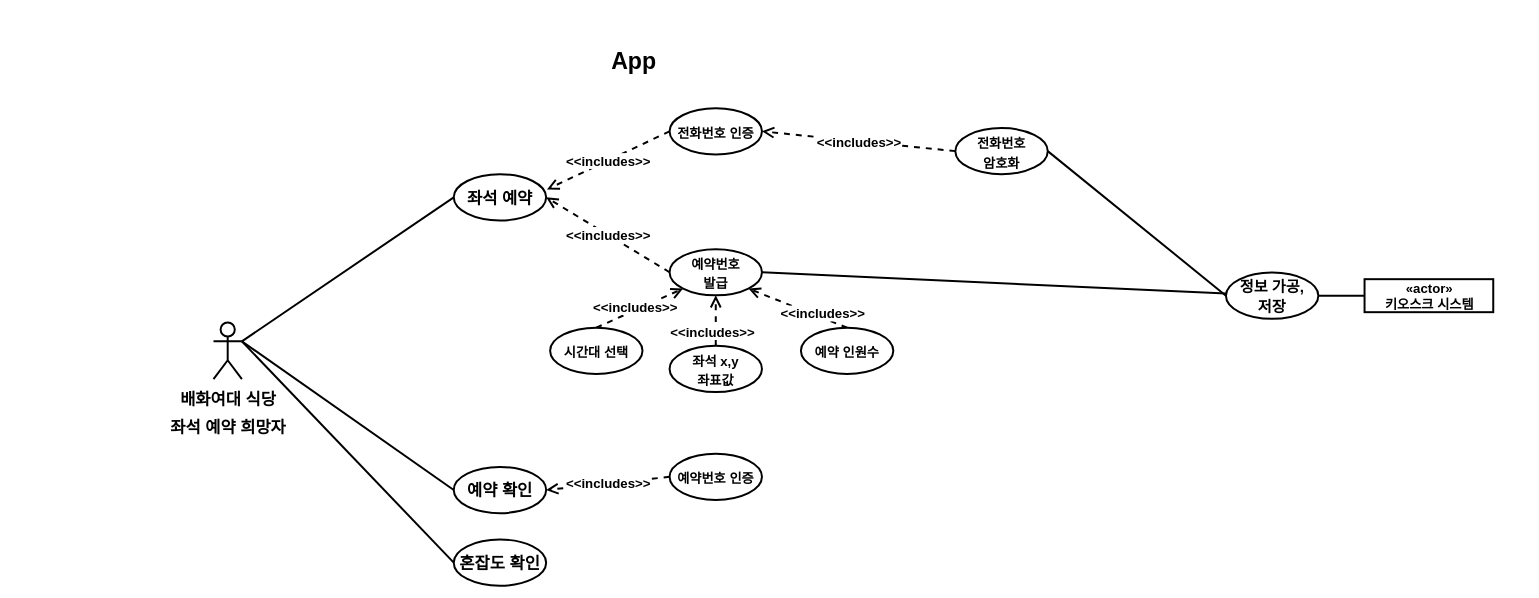
StrongCatWill/SWProject keeps this draw.io diagram as jcw_usecase20220505.drawio. Above is the earlier version. Source tidied: cells renumbered, new cells numbered last; positions are measured from the earlier drawing's top-left corner, leaving out a move shared by most shapes. Both pictures are drawn from the tidied source at 66%, with x=0, y=0 at pixel (213, 51).
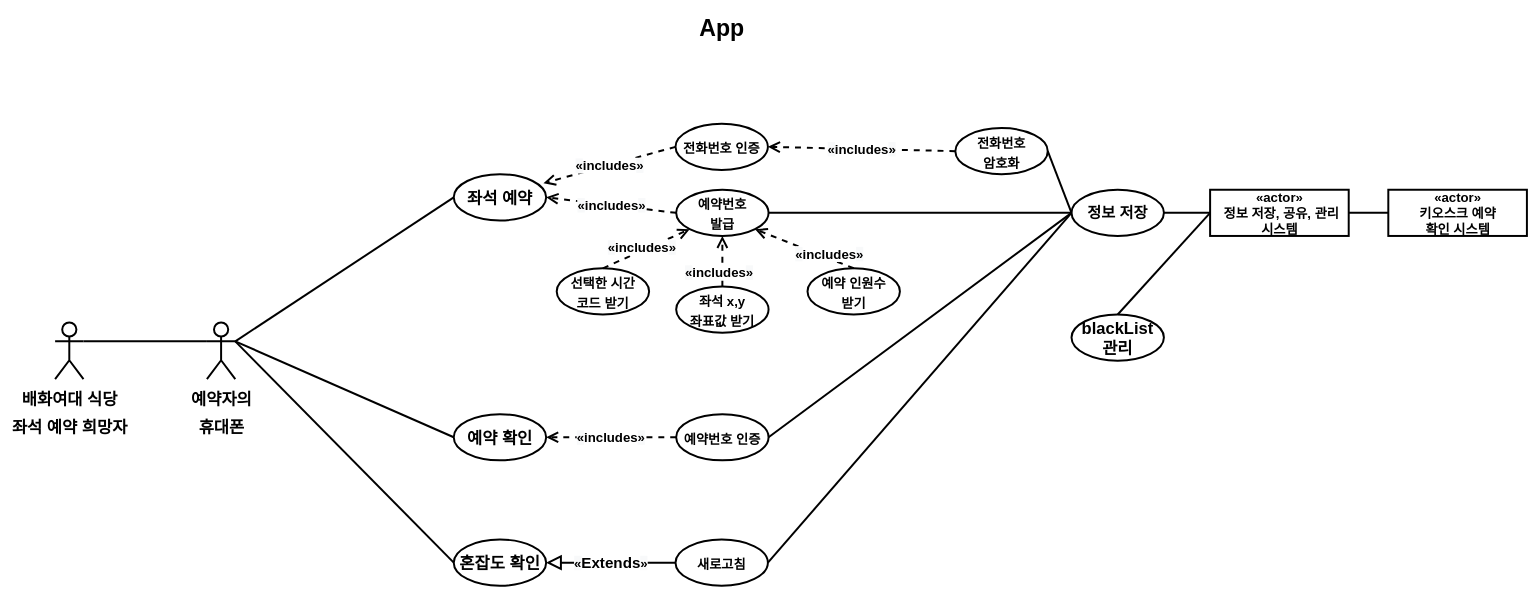
The same page after the edit.

The change refers to these unchanged cells:
```xml
<mxCell id="5" value="&lt;b&gt;좌석 예약&lt;/b&gt;" style="ellipse;whiteSpace=wrap;html=1;fontSize=25;strokeWidth=3;" parent="1" vertex="1">
  <mxGeometry x="364" y="186.5" width="140" height="70" as="geometry" />
</mxCell>
<mxCell id="7" value="&lt;b&gt;혼잡도 확인&lt;/b&gt;" style="ellipse;whiteSpace=wrap;html=1;fontSize=25;strokeWidth=3;" parent="1" vertex="1">
  <mxGeometry x="364" y="740" width="140" height="70" as="geometry" />
</mxCell>
<mxCell id="15" value="&lt;span style=&quot;font-size: 20px&quot;&gt;&lt;b&gt;전화번호&lt;br&gt;암호화&lt;br&gt;&lt;/b&gt;&lt;/span&gt;" style="ellipse;whiteSpace=wrap;html=1;fontSize=25;strokeWidth=3;" parent="1" vertex="1">
  <mxGeometry x="1124" y="116.5" width="140" height="70" as="geometry" />
</mxCell>
```

Change to the diagram source:
```diff
@@
     <mxCell id="2" value="&lt;b&gt;&lt;font style=&quot;font-size: 35px&quot;&gt;App&lt;/font&gt;&lt;/b&gt;" style="text;html=1;align=center;verticalAlign=middle;whiteSpace=wrap;rounded=0;strokeWidth=3;fillColor=default;" parent="1" vertex="1">
-      <mxGeometry x="607" width="60" height="30" as="geometry" />
+      <mxGeometry x="733.5" y="-60" width="73" height="50" as="geometry" />
     </mxCell>
     <mxCell id="3" value="&lt;font style=&quot;font-size: 25px&quot;&gt;&lt;b&gt;배화여대 식당&lt;br&gt;&lt;/b&gt;&lt;b&gt;좌석 예약 희망자&lt;/b&gt;&lt;/font&gt;" style="shape=umlActor;verticalLabelPosition=bottom;verticalAlign=top;html=1;outlineConnect=0;fontSize=35;strokeWidth=3;" parent="1" vertex="1">
-      <mxGeometry y="411" width="43" height="86" as="geometry" />
+      <mxGeometry x="-240" y="411" width="43" height="86" as="geometry" />
     </mxCell>
-    <mxCell id="4" value="&lt;b&gt;«actor»&lt;br&gt;키오스크 시스템&lt;/b&gt;" style="html=1;fontSize=20;strokeWidth=3;" parent="1" vertex="1">
-      <mxGeometry x="1744" y="345.5" width="195" height="50" as="geometry" />
+    <mxCell id="4" value="&lt;b&gt;«actor»&lt;br&gt;&amp;nbsp;정보 저장, 공유, 관리&lt;br&gt;시스템&lt;br&gt;&lt;/b&gt;" style="html=1;fontSize=20;strokeWidth=3;" parent="1" vertex="1">
+      <mxGeometry x="1510" y="210" width="210" height="70" as="geometry" />
     </mxCell>
@@
     <mxCell id="6" value="&lt;b&gt;예약 확인&lt;/b&gt;" style="ellipse;whiteSpace=wrap;html=1;fontSize=25;strokeWidth=3;" parent="1" vertex="1">
-      <mxGeometry x="364" y="630" width="140" height="70" as="geometry" />
+      <mxGeometry x="364" y="550" width="140" height="70" as="geometry" />
     </mxCell>
@@
-    <mxCell id="8" style="endArrow=none;html=1;rounded=0;fontSize=25;strokeWidth=3;entryX=0;entryY=0.5;entryDx=0;entryDy=0;exitX=1;exitY=0.3333333333333333;exitDx=0;exitDy=0;exitPerimeter=0;" parent="1" edge="1" source="3" target="5">
+    <mxCell id="8" style="endArrow=none;html=1;rounded=0;fontSize=25;strokeWidth=3;entryX=0;entryY=0.5;entryDx=0;entryDy=0;exitX=1;exitY=0.3333333333333333;exitDx=0;exitDy=0;exitPerimeter=0;" parent="1" edge="1" source="31" target="5">
       <mxGeometry relative="1" as="geometry" />
     </mxCell>
-    <mxCell id="9" style="endArrow=none;html=1;rounded=0;fontSize=25;strokeWidth=3;exitX=1;exitY=0.3333333333333333;exitDx=0;exitDy=0;exitPerimeter=0;entryX=0;entryY=0.5;entryDx=0;entryDy=0;" parent="1" edge="1" source="3" target="7">
+    <mxCell id="9" style="endArrow=none;html=1;rounded=0;fontSize=25;strokeWidth=3;entryX=0;entryY=0.5;entryDx=0;entryDy=0;exitX=1;exitY=0.3333333333333333;exitDx=0;exitDy=0;exitPerimeter=0;" parent="1" edge="1" source="31" target="7">
       <mxGeometry relative="1" as="geometry" />
     </mxCell>
-    <mxCell id="10" style="endArrow=none;html=1;rounded=0;fontSize=25;strokeWidth=3;exitX=1;exitY=0.3333333333333333;exitDx=0;exitDy=0;exitPerimeter=0;entryX=0;entryY=0.5;entryDx=0;entryDy=0;" parent="1" edge="1" source="3" target="6">
+    <mxCell id="10" style="endArrow=none;html=1;rounded=0;fontSize=25;strokeWidth=3;entryX=0;entryY=0.5;entryDx=0;entryDy=0;exitX=1;exitY=0.3333333333333333;exitDx=0;exitDy=0;exitPerimeter=0;" parent="1" edge="1" source="31" target="6">
       <mxGeometry relative="1" as="geometry" />
     </mxCell>
     <mxCell id="11" value="&lt;span style=&quot;font-size: 20px&quot;&gt;&lt;b&gt;전화번호 인증&lt;/b&gt;&lt;/span&gt;" style="ellipse;whiteSpace=wrap;html=1;fontSize=25;strokeWidth=3;" parent="1" vertex="1">
-      <mxGeometry x="691" y="86.5" width="140" height="70" as="geometry" />
+      <mxGeometry x="700" y="110" width="140" height="70" as="geometry" />
     </mxCell>
-    <mxCell id="12" value="&lt;b&gt;&amp;lt;&amp;lt;includes&amp;gt;&amp;gt;&lt;/b&gt;" style="endArrow=open;endSize=12;dashed=1;html=1;rounded=0;fontSize=20;strokeWidth=3;exitX=0;exitY=0.5;exitDx=0;exitDy=0;entryX=1.009;entryY=0.329;entryDx=0;entryDy=0;entryPerimeter=0;" parent="1" edge="1" source="11" target="5">
+    <mxCell id="12" value="&lt;b&gt;&lt;span style=&quot;background-color: rgb(248 , 249 , 250)&quot;&gt;«&lt;/span&gt;includes&lt;span style=&quot;background-color: rgb(248 , 249 , 250)&quot;&gt;»&lt;/span&gt;&lt;/b&gt;" style="endArrow=open;endSize=12;dashed=1;html=1;rounded=0;fontSize=20;strokeWidth=3;exitX=0;exitY=0.5;exitDx=0;exitDy=0;entryX=0.971;entryY=0.193;entryDx=0;entryDy=0;entryPerimeter=0;" parent="1" edge="1" source="11" target="5">
       <mxGeometry relative="1" as="geometry" />
     </mxCell>
     <mxCell id="13" value="&lt;span style=&quot;font-size: 20px&quot;&gt;&lt;b&gt;예약번호&lt;br&gt;발급&lt;br&gt;&lt;/b&gt;&lt;/span&gt;" style="ellipse;whiteSpace=wrap;html=1;fontSize=25;strokeWidth=3;" parent="1" vertex="1">
-      <mxGeometry x="691" y="300" width="140" height="70" as="geometry" />
+      <mxGeometry x="701" y="210" width="140" height="70" as="geometry" />
     </mxCell>
-    <mxCell id="14" value="&lt;b&gt;&amp;lt;&amp;lt;includes&amp;gt;&amp;gt;&lt;/b&gt;" style="endArrow=open;endSize=12;dashed=1;html=1;rounded=0;fontSize=20;strokeWidth=3;exitX=0;exitY=0.5;exitDx=0;exitDy=0;entryX=1;entryY=0.5;entryDx=0;entryDy=0;" parent="1" edge="1" source="13" target="5">
+    <mxCell id="14" value="&lt;b style=&quot;background-color: rgb(248 , 249 , 250)&quot;&gt;«&lt;/b&gt;&lt;b&gt;includes&lt;/b&gt;&lt;b style=&quot;background-color: rgb(248 , 249 , 250)&quot;&gt;»&lt;/b&gt;" style="endArrow=open;endSize=12;dashed=1;html=1;rounded=0;fontSize=20;strokeWidth=3;exitX=0;exitY=0.5;exitDx=0;exitDy=0;entryX=1;entryY=0.5;entryDx=0;entryDy=0;" parent="1" edge="1" source="13" target="5">
       <mxGeometry relative="1" as="geometry" />
     </mxCell>
@@
-    <mxCell id="16" value="&lt;b&gt;&amp;lt;&amp;lt;includes&amp;gt;&amp;gt;&lt;/b&gt;" style="endArrow=open;endSize=12;dashed=1;html=1;rounded=0;fontSize=20;strokeWidth=3;exitX=0;exitY=0.5;exitDx=0;exitDy=0;entryX=1;entryY=0.5;entryDx=0;entryDy=0;" parent="1" edge="1" source="15" target="11">
+    <mxCell id="16" value="&lt;b&gt;&lt;span style=&quot;background-color: rgb(248 , 249 , 250)&quot;&gt;«&lt;/span&gt;includes&lt;span style=&quot;background-color: rgb(248 , 249 , 250)&quot;&gt;»&lt;/span&gt;&lt;/b&gt;" style="endArrow=open;endSize=12;dashed=1;html=1;rounded=0;fontSize=20;strokeWidth=3;exitX=0;exitY=0.5;exitDx=0;exitDy=0;entryX=1;entryY=0.5;entryDx=0;entryDy=0;" parent="1" edge="1" source="15" target="11">
       <mxGeometry relative="1" as="geometry" />
     </mxCell>
-    <mxCell id="17" value="&lt;span style=&quot;font-size: 20px&quot;&gt;&lt;b&gt;시간대 선택&lt;br&gt;&lt;/b&gt;&lt;/span&gt;" style="ellipse;whiteSpace=wrap;html=1;fontSize=25;strokeWidth=3;" parent="1" vertex="1">
-      <mxGeometry x="510" y="419" width="140" height="70" as="geometry" />
+    <mxCell id="17" value="&lt;span style=&quot;font-size: 20px&quot;&gt;&lt;b&gt;선택한 시간&lt;br&gt;코드 받기&lt;br&gt;&lt;/b&gt;&lt;/span&gt;" style="ellipse;whiteSpace=wrap;html=1;fontSize=25;strokeWidth=3;" parent="1" vertex="1">
+      <mxGeometry x="520" y="329" width="140" height="70" as="geometry" />
     </mxCell>
-    <mxCell id="18" value="&lt;b&gt;&amp;lt;&amp;lt;includes&amp;gt;&amp;gt;&lt;/b&gt;" style="endArrow=open;endSize=12;dashed=1;html=1;rounded=0;fontSize=20;strokeWidth=3;exitX=0.5;exitY=0;exitDx=0;exitDy=0;entryX=0;entryY=1;entryDx=0;entryDy=0;" parent="1" edge="1" source="17" target="13">
+    <mxCell id="18" value="&lt;b style=&quot;background-color: rgb(248 , 249 , 250)&quot;&gt;«&lt;/b&gt;&lt;b&gt;includes&lt;/b&gt;&lt;b style=&quot;background-color: rgb(248 , 249 , 250)&quot;&gt;»&lt;/b&gt;" style="endArrow=open;endSize=12;dashed=1;html=1;rounded=0;fontSize=20;strokeWidth=3;exitX=0.5;exitY=0;exitDx=0;exitDy=0;entryX=0;entryY=1;entryDx=0;entryDy=0;" parent="1" edge="1" source="17" target="13">
       <mxGeometry x="-0.07" y="5" relative="1" as="geometry" />
     </mxCell>
-    <mxCell id="19" value="&lt;b style=&quot;font-size: 20px&quot;&gt;좌석 x,y&lt;br&gt;좌표값&lt;/b&gt;&lt;span style=&quot;font-size: 20px&quot;&gt;&lt;b&gt;&lt;br&gt;&lt;/b&gt;&lt;/span&gt;" style="ellipse;whiteSpace=wrap;html=1;fontSize=25;strokeWidth=3;" parent="1" vertex="1">
-      <mxGeometry x="691" y="446.5" width="140" height="70" as="geometry" />
+    <mxCell id="19" value="&lt;b style=&quot;font-size: 20px&quot;&gt;좌석 x,y&lt;br&gt;좌표값 받기&lt;/b&gt;&lt;span style=&quot;font-size: 20px&quot;&gt;&lt;b&gt;&lt;br&gt;&lt;/b&gt;&lt;/span&gt;" style="ellipse;whiteSpace=wrap;html=1;fontSize=25;strokeWidth=3;" parent="1" vertex="1">
+      <mxGeometry x="701" y="356.5" width="140" height="70" as="geometry" />
     </mxCell>
-    <mxCell id="20" value="&lt;b&gt;&amp;lt;&amp;lt;includes&amp;gt;&amp;gt;&lt;/b&gt;" style="endArrow=open;endSize=12;dashed=1;html=1;rounded=0;fontSize=20;strokeWidth=3;exitX=0.5;exitY=0;exitDx=0;exitDy=0;entryX=0.5;entryY=1;entryDx=0;entryDy=0;" parent="1" edge="1" source="19" target="13">
+    <mxCell id="20" value="&lt;b style=&quot;background-color: rgb(248 , 249 , 250)&quot;&gt;«&lt;/b&gt;&lt;b&gt;includes&lt;/b&gt;&lt;b style=&quot;background-color: rgb(248 , 249 , 250)&quot;&gt;»&lt;/b&gt;" style="endArrow=open;endSize=12;dashed=1;html=1;rounded=0;fontSize=20;strokeWidth=3;exitX=0.5;exitY=0;exitDx=0;exitDy=0;entryX=0.5;entryY=1;entryDx=0;entryDy=0;" parent="1" edge="1" source="19" target="13">
       <mxGeometry x="-0.42" y="6" relative="1" as="geometry">
         <mxPoint x="1" as="offset" />
       </mxGeometry>
     </mxCell>
-    <mxCell id="21" value="&lt;span style=&quot;font-size: 20px&quot;&gt;&lt;b&gt;예약 인원수&lt;br&gt;&lt;/b&gt;&lt;/span&gt;" style="ellipse;whiteSpace=wrap;html=1;fontSize=25;strokeWidth=3;" parent="1" vertex="1">
-      <mxGeometry x="890" y="419" width="140" height="70" as="geometry" />
+    <mxCell id="21" value="&lt;span style=&quot;font-size: 20px&quot;&gt;&lt;b&gt;예약 인원수&lt;br&gt;받기&lt;br&gt;&lt;/b&gt;&lt;/span&gt;" style="ellipse;whiteSpace=wrap;html=1;fontSize=25;strokeWidth=3;" parent="1" vertex="1">
+      <mxGeometry x="900" y="329" width="140" height="70" as="geometry" />
     </mxCell>
-    <mxCell id="22" value="&lt;b&gt;&amp;lt;&amp;lt;includes&amp;gt;&amp;gt;&lt;/b&gt;" style="endArrow=open;endSize=12;dashed=1;html=1;rounded=0;fontSize=20;strokeWidth=3;exitX=0.5;exitY=0;exitDx=0;exitDy=0;entryX=1;entryY=1;entryDx=0;entryDy=0;" parent="1" edge="1" source="21" target="13">
+    <mxCell id="22" value="&lt;b style=&quot;background-color: rgb(248 , 249 , 250)&quot;&gt;«&lt;/b&gt;&lt;b&gt;includes&lt;/b&gt;&lt;b style=&quot;background-color: rgb(248 , 249 , 250)&quot;&gt;»&lt;/b&gt;" style="endArrow=open;endSize=12;dashed=1;html=1;rounded=0;fontSize=20;strokeWidth=3;exitX=0.5;exitY=0;exitDx=0;exitDy=0;entryX=1;entryY=1;entryDx=0;entryDy=0;" parent="1" edge="1" source="21" target="13">
       <mxGeometry x="-0.47" y="-7" relative="1" as="geometry" />
     </mxCell>
     <mxCell id="23" value="&lt;span style=&quot;font-size: 20px&quot;&gt;&lt;b&gt;예약번호 인증&lt;/b&gt;&lt;/span&gt;" style="ellipse;whiteSpace=wrap;html=1;fontSize=25;strokeWidth=3;" parent="1" vertex="1">
-      <mxGeometry x="691" y="610" width="140" height="70" as="geometry" />
+      <mxGeometry x="701" y="550" width="140" height="70" as="geometry" />
     </mxCell>
-    <mxCell id="24" value="&lt;b&gt;&amp;lt;&amp;lt;includes&amp;gt;&amp;gt;&lt;/b&gt;" style="endArrow=open;endSize=12;dashed=1;html=1;rounded=0;fontSize=20;strokeWidth=3;exitX=0;exitY=0.5;exitDx=0;exitDy=0;entryX=1;entryY=0.5;entryDx=0;entryDy=0;" parent="1" edge="1" source="23" target="6">
+    <mxCell id="24" value="&lt;b&gt;&lt;span style=&quot;background-color: rgb(248 , 249 , 250)&quot;&gt;«&lt;/span&gt;includes&lt;span style=&quot;background-color: rgb(248 , 249 , 250)&quot;&gt;»&lt;/span&gt;&lt;/b&gt;" style="endArrow=open;endSize=12;dashed=1;html=1;rounded=0;fontSize=20;strokeWidth=3;exitX=0;exitY=0.5;exitDx=0;exitDy=0;entryX=1;entryY=0.5;entryDx=0;entryDy=0;" parent="1" edge="1" source="23" target="6">
       <mxGeometry relative="1" as="geometry" />
     </mxCell>
-    <mxCell id="25" value="&lt;span&gt;&lt;b style=&quot;font-size: 23px&quot;&gt;&lt;font style=&quot;font-size: 23px&quot;&gt;정보 가공,&lt;br&gt;저장&lt;/font&gt;&lt;br&gt;&lt;/b&gt;&lt;/span&gt;" style="ellipse;whiteSpace=wrap;html=1;fontSize=25;strokeWidth=3;" parent="1" vertex="1">
-      <mxGeometry x="1534" y="335.5" width="140" height="70" as="geometry" />
+    <mxCell id="25" value="&lt;span&gt;&lt;b style=&quot;font-size: 23px&quot;&gt;정보 저장&lt;br&gt;&lt;/b&gt;&lt;/span&gt;" style="ellipse;whiteSpace=wrap;html=1;fontSize=25;strokeWidth=3;" parent="1" vertex="1">
+      <mxGeometry x="1300" y="210" width="140" height="70" as="geometry" />
     </mxCell>
@@
-    <mxCell id="27" style="endArrow=none;html=1;rounded=0;fontSize=25;strokeWidth=3;exitX=1;exitY=0.5;exitDx=0;exitDy=0;" parent="1" edge="1" source="13" target="25">
+    <mxCell id="27" style="endArrow=none;html=1;rounded=0;fontSize=25;strokeWidth=3;exitX=1;exitY=0.5;exitDx=0;exitDy=0;entryX=0;entryY=0.5;entryDx=0;entryDy=0;" parent="1" edge="1" source="13" target="25">
       <mxGeometry relative="1" as="geometry" />
     </mxCell>
@@
+    <mxCell id="29" style="endArrow=none;html=1;rounded=0;fontSize=25;strokeWidth=3;exitX=1;exitY=0.5;exitDx=0;exitDy=0;entryX=0;entryY=0.5;entryDx=0;entryDy=0;" parent="1" edge="1" source="23" target="25">
+      <mxGeometry relative="1" as="geometry" />
+    </mxCell>
+    <mxCell id="30" value="&lt;b&gt;«actor»&lt;br&gt;키오스크 예약&lt;br&gt;확인 시스템&lt;/b&gt;" style="html=1;fontSize=20;strokeWidth=3;" parent="1" vertex="1">
+      <mxGeometry x="1780" y="210" width="210" height="70" as="geometry" />
+    </mxCell>
+    <mxCell id="31" value="&lt;span style=&quot;font-size: 25px&quot;&gt;&lt;b&gt;예약자의&lt;br&gt;휴대폰&lt;/b&gt;&lt;/span&gt;" style="shape=umlActor;verticalLabelPosition=bottom;verticalAlign=top;html=1;outlineConnect=0;fontSize=35;strokeWidth=3;" parent="1" vertex="1">
+      <mxGeometry x="-10" y="411" width="43" height="86" as="geometry" />
+    </mxCell>
+    <mxCell id="32" style="endArrow=none;html=1;rounded=0;fontSize=25;strokeWidth=3;exitX=1;exitY=0.3333333333333333;exitDx=0;exitDy=0;entryX=0;entryY=0.3333333333333333;entryDx=0;entryDy=0;exitPerimeter=0;entryPerimeter=0;" parent="1" edge="1" source="3" target="31">
+      <mxGeometry relative="1" as="geometry" />
+    </mxCell>
+    <mxCell id="33" style="endArrow=none;html=1;rounded=0;fontSize=25;strokeWidth=3;exitX=0;exitY=0.5;exitDx=0;exitDy=0;entryX=1;entryY=0.5;entryDx=0;entryDy=0;" parent="1" edge="1" source="30" target="4">
+      <mxGeometry relative="1" as="geometry" />
+    </mxCell>
+    <mxCell id="34" value="&lt;span style=&quot;font-size: 20px&quot;&gt;&lt;b&gt;새로고침&lt;/b&gt;&lt;/span&gt;" style="ellipse;whiteSpace=wrap;html=1;fontSize=25;strokeWidth=3;" parent="1" vertex="1">
+      <mxGeometry x="700" y="740" width="140" height="70" as="geometry" />
+    </mxCell>
+    <mxCell id="35" value="&lt;b&gt;&lt;span style=&quot;font-size: 20px ; background-color: rgb(248 , 249 , 250)&quot;&gt;«&lt;/span&gt;Extends&lt;span style=&quot;font-size: 20px ; background-color: rgb(248 , 249 , 250)&quot;&gt;»&lt;/span&gt;&lt;/b&gt;" style="endArrow=block;endSize=16;endFill=0;html=1;rounded=0;fontSize=23;strokeWidth=3;exitX=0;exitY=0.5;exitDx=0;exitDy=0;entryX=1;entryY=0.5;entryDx=0;entryDy=0;" parent="1" edge="1" source="34" target="7">
+      <mxGeometry relative="1" as="geometry" />
+    </mxCell>
+    <mxCell id="36" style="endArrow=none;html=1;rounded=0;fontSize=25;strokeWidth=3;exitX=1;exitY=0.5;exitDx=0;exitDy=0;entryX=0;entryY=0.5;entryDx=0;entryDy=0;" parent="1" edge="1" source="34" target="25">
+      <mxGeometry relative="1" as="geometry" />
+    </mxCell>
+    <mxCell id="37" value="&lt;b&gt;blackList&lt;br&gt;관리&lt;/b&gt;" style="ellipse;whiteSpace=wrap;html=1;fontSize=25;strokeWidth=3;" parent="1" vertex="1">
+      <mxGeometry x="1300" y="399" width="140" height="70" as="geometry" />
+    </mxCell>
+    <mxCell id="38" style="endArrow=none;html=1;rounded=0;fontSize=25;strokeWidth=3;exitX=0;exitY=0.5;exitDx=0;exitDy=0;entryX=0.5;entryY=0;entryDx=0;entryDy=0;" parent="1" edge="1" source="4" target="37">
+      <mxGeometry relative="1" as="geometry" />
+    </mxCell>
```
